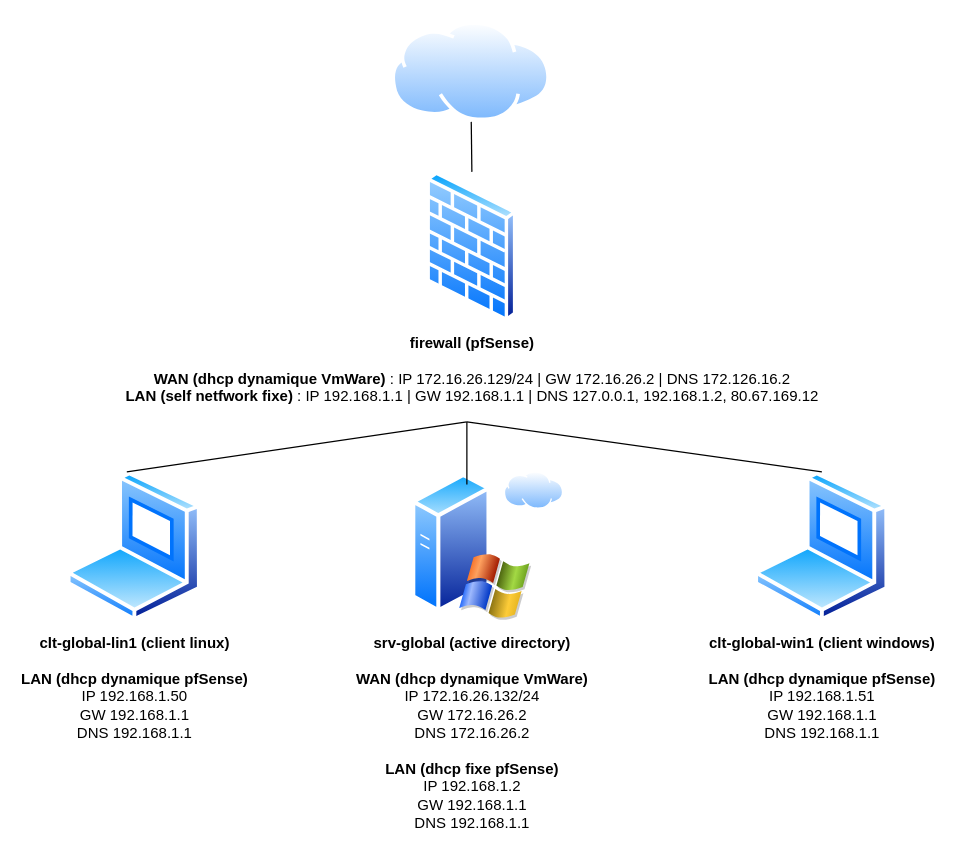
Above: pfsense1.drawio in fredericpetit02/topologies (draw.io), before the change. Source tidied: cells renumbered, new cells numbered last; positions are measured from the earlier drawing's top-left corner, leaving out a move shared by most shapes. Both pictures are drawn from the tidied source at 125%, with x=0, y=0 at pixel (66, 21).
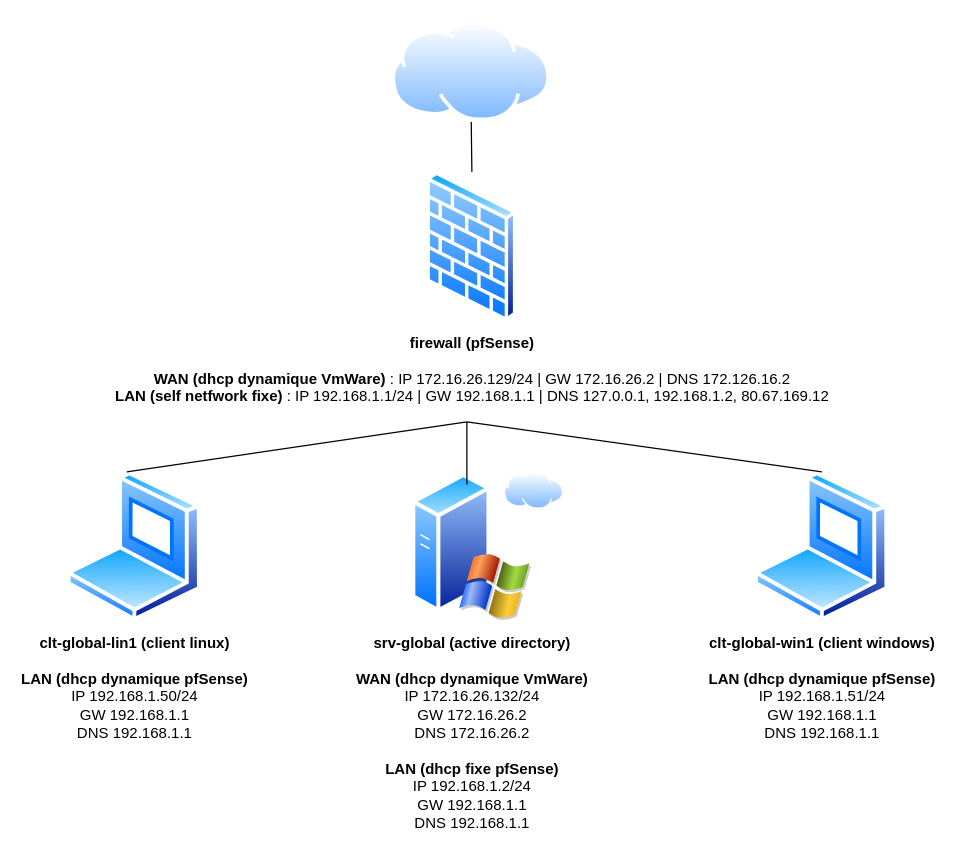
The same page after the edit.

Commit message:
Mettre à jour pfsense1.drawio

The edit, as a diff of the source:
```diff
@@
 <mxGraphModel>
   <root>
     <mxCell id="0" />
     <mxCell id="1" parent="0" />
-    <mxCell id="2" value="&lt;b&gt;firewall (pfSense)&lt;br&gt;&lt;br&gt;WAN (dhcp dynamique VmWare)&lt;/b&gt; : IP 172.16.26.129/24 | GW 172.16.26.2 | DNS 172.126.16.2&lt;br&gt;&lt;b&gt;LAN (self netfwork fixe)&lt;/b&gt; : IP 192.168.1.1 | GW 192.168.1.1 | DNS 127.0.0.1, 192.168.1.2,&amp;nbsp;80.67.169.12" style="perimeter=ellipsePerimeter;html=1;align=center;shadow=0;dashed=0;spacingTop=3;image;image=img/lib/active_directory/firewall.svg;" parent="1" vertex="1">
+    <mxCell id="2" value="&lt;b&gt;firewall (pfSense)&lt;br&gt;&lt;br&gt;WAN (dhcp dynamique VmWare)&lt;/b&gt; : IP 172.16.26.129/24 | GW 172.16.26.2 | DNS 172.126.16.2&lt;br&gt;&lt;b&gt;LAN (self netfwork fixe)&lt;/b&gt; : IP 192.168.1.1/24 | GW 192.168.1.1 | DNS 127.0.0.1, 192.168.1.2,&amp;nbsp;80.67.169.12" style="perimeter=ellipsePerimeter;html=1;align=center;shadow=0;dashed=0;spacingTop=3;image;image=img/lib/active_directory/firewall.svg;" parent="1" vertex="1">
       <mxGeometry x="287.4" y="120" width="73.2" height="120" as="geometry" />
     </mxCell>
     <mxCell id="3" style="perimeter=ellipsePerimeter;html=1;align=center;shadow=0;dashed=0;spacingTop=3;image;image=img/lib/active_directory/internet_cloud.svg;imageBackground=none;" parent="1" vertex="1">
       <mxGeometry x="260" width="127" height="80" as="geometry" />
     </mxCell>
-    <mxCell id="4" value="&lt;b&gt;srv-global (active directory)&lt;br&gt;&lt;br&gt;WAN (dhcp dynamique VmWare)&lt;br&gt;&lt;/b&gt;IP 172.16.26.132/24&lt;br&gt;GW 172.16.26.2&lt;br&gt;DNS 172.16.26.2&lt;br&gt;&lt;br&gt;&lt;b&gt;LAN&amp;nbsp;(dhcp fixe pfSense)&lt;br&gt;&lt;/b&gt;IP 192.168.1.2&lt;br&gt;GW 192.168.1.1&lt;br&gt;DNS 192.168.1.1" style="perimeter=ellipsePerimeter;html=1;align=center;shadow=0;dashed=0;spacingTop=3;image;image=img/lib/active_directory/windows_server_2.svg;" parent="1" vertex="1">
+    <mxCell id="4" value="&lt;b&gt;srv-global (active directory)&lt;br&gt;&lt;br&gt;WAN (dhcp dynamique VmWare)&lt;br&gt;&lt;/b&gt;IP 172.16.26.132/24&lt;br&gt;GW 172.16.26.2&lt;br&gt;DNS 172.16.26.2&lt;br&gt;&lt;br&gt;&lt;b&gt;LAN&amp;nbsp;(dhcp fixe pfSense)&lt;br&gt;&lt;/b&gt;IP 192.168.1.2/24&lt;br&gt;GW 192.168.1.1&lt;br&gt;DNS 192.168.1.1" style="perimeter=ellipsePerimeter;html=1;align=center;shadow=0;dashed=0;spacingTop=3;image;image=img/lib/active_directory/windows_server_2.svg;" parent="1" vertex="1">
       <mxGeometry x="276" y="360" width="96" height="120" as="geometry" />
     </mxCell>
-    <mxCell id="5" value="&lt;b&gt;clt-global-win1 (client windows)&lt;br&gt;&lt;/b&gt;&lt;br&gt;&lt;b&gt;LAN (dhcp dynamique pfSense)&lt;br&gt;&lt;/b&gt;IP 192.168.1.51&lt;br&gt;GW 192.168.1.1&lt;br&gt;DNS 192.168.1.1" style="perimeter=ellipsePerimeter;html=1;align=center;shadow=0;dashed=0;spacingTop=3;image;image=img/lib/active_directory/laptop_client.svg;" parent="1" vertex="1">
+    <mxCell id="5" value="&lt;b&gt;clt-global-win1 (client windows)&lt;br&gt;&lt;/b&gt;&lt;br&gt;&lt;b&gt;LAN (dhcp dynamique pfSense)&lt;br&gt;&lt;/b&gt;IP 192.168.1.51/24&lt;br&gt;GW 192.168.1.1&lt;br&gt;DNS 192.168.1.1" style="perimeter=ellipsePerimeter;html=1;align=center;shadow=0;dashed=0;spacingTop=3;image;image=img/lib/active_directory/laptop_client.svg;" parent="1" vertex="1">
       <mxGeometry x="550" y="360" width="108" height="120" as="geometry" />
     </mxCell>
-    <mxCell id="6" value="&lt;b&gt;clt-global-lin1 (client linux)&lt;br&gt;&lt;/b&gt;&lt;br&gt;&lt;b&gt;LAN (dhcp dynamique pfSense)&lt;br&gt;&lt;/b&gt;IP 192.168.1.50&lt;br&gt;GW 192.168.1.1&lt;br&gt;DNS 192.168.1.1" style="perimeter=ellipsePerimeter;html=1;align=center;shadow=0;dashed=0;spacingTop=3;image;image=img/lib/active_directory/laptop_client.svg;" parent="1" vertex="1">
+    <mxCell id="6" value="&lt;b&gt;clt-global-lin1 (client linux)&lt;br&gt;&lt;/b&gt;&lt;br&gt;&lt;b&gt;LAN (dhcp dynamique pfSense)&lt;br&gt;&lt;/b&gt;IP 192.168.1.50/24&lt;br&gt;GW 192.168.1.1&lt;br&gt;DNS 192.168.1.1" style="perimeter=ellipsePerimeter;html=1;align=center;shadow=0;dashed=0;spacingTop=3;image;image=img/lib/active_directory/laptop_client.svg;" parent="1" vertex="1">
       <mxGeometry y="360" width="108" height="120" as="geometry" />
     </mxCell>
     <mxCell id="7" style="endArrow=none;html=1;rounded=0;" parent="1" edge="1">
       <mxGeometry relative="1" as="geometry">
         <mxPoint x="320" y="370" as="sourcePoint" />
         <mxPoint x="320" y="320" as="targetPoint" />
       </mxGeometry>
     </mxCell>
     <mxCell id="8" style="endArrow=none;html=1;rounded=0;exitX=0.444;exitY=0;exitDx=0;exitDy=0;exitPerimeter=0;" parent="1" edge="1" source="6">
       <mxGeometry relative="1" as="geometry">
         <mxPoint x="320" y="320" as="targetPoint" />
       </mxGeometry>
     </mxCell>
     <mxCell id="9" style="endArrow=none;html=1;rounded=0;exitX=0.5;exitY=0;exitDx=0;exitDy=0;" parent="1" edge="1" source="5">
       <mxGeometry relative="1" as="geometry">
         <mxPoint x="320" y="320" as="targetPoint" />
       </mxGeometry>
     </mxCell>
     <mxCell id="10" style="endArrow=none;html=1;rounded=0;entryX=0.5;entryY=0;entryDx=0;entryDy=0;exitX=0.5;exitY=1;exitDx=0;exitDy=0;" parent="1" edge="1" source="3" target="2">
       <mxGeometry relative="1" as="geometry" />
     </mxCell>
     <mxCell id="11" style="perimeter=ellipsePerimeter;html=1;align=center;shadow=0;dashed=0;spacingTop=3;image;image=img/lib/active_directory/internet_cloud.svg;" parent="1" vertex="1">
       <mxGeometry x="350" y="360" width="47.6" height="30" as="geometry" />
     </mxCell>
   </root>
 </mxGraphModel>
```
